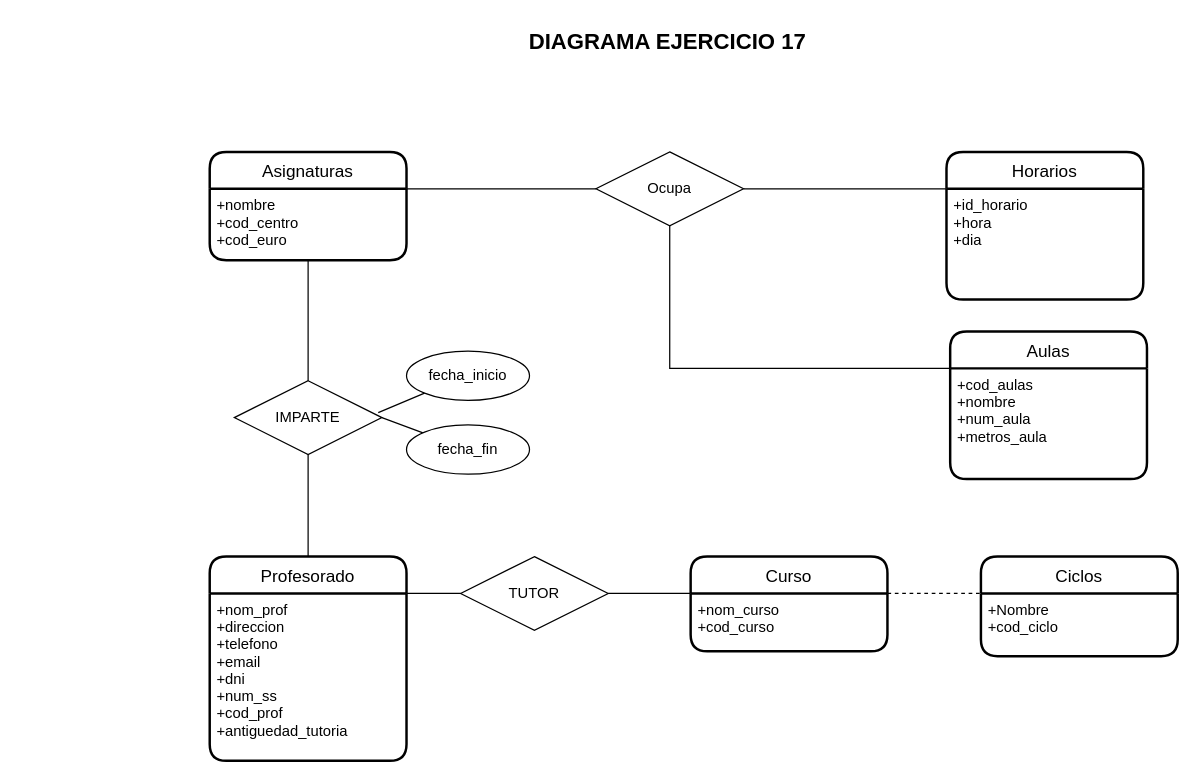
The draw.io diagram ex17.drawio in JuanMarinG/TA12_MYSQL, before the edit. Source tidied: cells renumbered, new cells numbered last; positions are measured from the earlier drawing's top-left corner, leaving out a move shared by most shapes. Both pictures are drawn from the tidied source at 123%, with x=0, y=0 at pixel (209, 21).
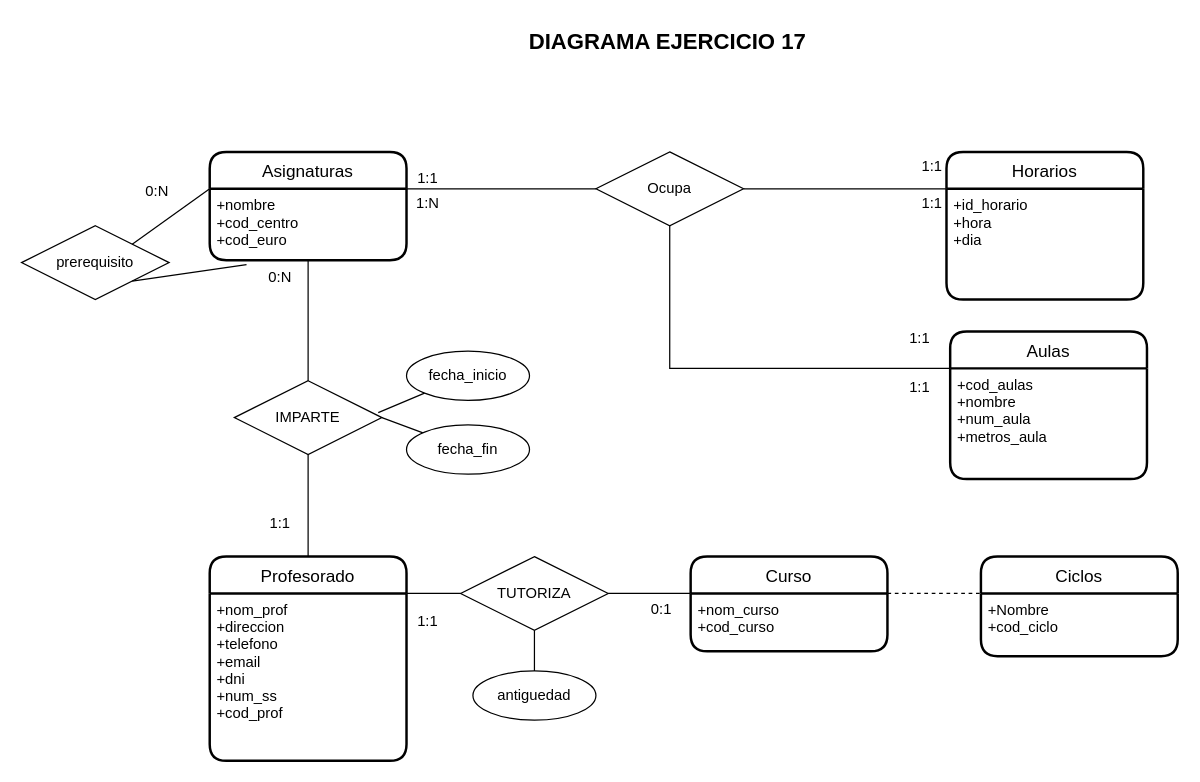
The same page after the edit.

The change refers to these unchanged cells:
```xml
<mxCell id="5" value="+nombre&#10;+cod_centro&#10;+cod_euro" style="align=left;strokeColor=none;fillColor=none;spacingLeft=4;fontSize=12;verticalAlign=top;" parent="4" vertex="1">
  <mxGeometry y="30" width="160" height="58" as="geometry" />
</mxCell>
<mxCell id="6" value="Profesorado" style="swimlane;horizontal=1;startSize=30;rounded=1;fontSize=14;fontStyle=0;strokeWidth=2;shadow=0;dashed=0;align=center;" parent="1" vertex="1">
  <mxGeometry y="435" width="160" height="166" as="geometry" />
</mxCell>
```

The edit, as a diff of the source:
```diff
@@
-    <mxCell id="7" value="+nom_prof&#10;+direccion&#10;+telefono&#10;+email&#10;+dni&#10;+num_ss&#10;+cod_prof&#10;+antiguedad_tutoria&#10;&#10;&#10;" style="align=left;strokeColor=none;fillColor=none;spacingLeft=4;fontSize=12;verticalAlign=top;" parent="6" vertex="1">
+    <mxCell id="7" value="+nom_prof&#10;+direccion&#10;+telefono&#10;+email&#10;+dni&#10;+num_ss&#10;+cod_prof&#10;&#10;&#10;&#10;" style="align=left;strokeColor=none;fillColor=none;spacingLeft=4;fontSize=12;verticalAlign=top;" parent="6" vertex="1">
       <mxGeometry y="30" width="160" height="136" as="geometry" />
     </mxCell>
@@
-    <mxCell id="24" value="TUTOR" style="shape=rhombus;perimeter=rhombusPerimeter;whiteSpace=wrap;html=1;align=center;" parent="1" vertex="1">
+    <mxCell id="24" value="TUTORIZA" style="shape=rhombus;perimeter=rhombusPerimeter;whiteSpace=wrap;html=1;align=center;" parent="1" vertex="1">
       <mxGeometry x="204" y="435" width="120" height="60" as="geometry" />
     </mxCell>
@@
+    <mxCell id="30" value="1:1" style="text;html=1;align=center;verticalAlign=middle;strokeColor=none;fillColor=none;" parent="1" vertex="1">
+      <mxGeometry x="37" y="393" width="40" height="30" as="geometry" />
+    </mxCell>
+    <mxCell id="31" value="prerequisito" style="shape=rhombus;perimeter=rhombusPerimeter;whiteSpace=wrap;html=1;align=center;" parent="1" vertex="1">
+      <mxGeometry x="-153" y="166" width="120" height="60" as="geometry" />
+    </mxCell>
+    <mxCell id="32" style="endArrow=none;html=1;rounded=0;exitX=0;exitY=0;exitDx=0;exitDy=0;entryX=1;entryY=0;entryDx=0;entryDy=0;" parent="1" edge="1" source="5" target="31">
+      <mxGeometry relative="1" as="geometry" />
+    </mxCell>
+    <mxCell id="33" style="endArrow=none;html=1;rounded=0;exitX=1;exitY=1;exitDx=0;exitDy=0;entryX=0.187;entryY=1.062;entryDx=0;entryDy=0;entryPerimeter=0;" parent="1" edge="1" source="31" target="5">
+      <mxGeometry relative="1" as="geometry" />
+    </mxCell>
+    <mxCell id="34" value="0:N" style="text;html=1;align=center;verticalAlign=middle;strokeColor=none;fillColor=none;" parent="1" vertex="1">
+      <mxGeometry x="37" y="193" width="40" height="30" as="geometry" />
+    </mxCell>
+    <mxCell id="35" value="0:N" style="text;html=1;align=center;verticalAlign=middle;strokeColor=none;fillColor=none;" parent="1" vertex="1">
+      <mxGeometry x="-63" y="123" width="40" height="30" as="geometry" />
+    </mxCell>
+    <mxCell id="36" value="0:1" style="text;html=1;align=center;verticalAlign=middle;strokeColor=none;fillColor=none;" parent="1" vertex="1">
+      <mxGeometry x="347" y="463" width="40" height="30" as="geometry" />
+    </mxCell>
+    <mxCell id="37" style="endArrow=none;html=1;rounded=0;entryX=0.5;entryY=1;entryDx=0;entryDy=0;" parent="1" edge="1" target="24">
+      <mxGeometry relative="1" as="geometry">
+        <mxPoint x="264" y="528" as="sourcePoint" />
+      </mxGeometry>
+    </mxCell>
+    <mxCell id="38" value="antiguedad" style="ellipse;whiteSpace=wrap;html=1;align=center;" parent="1" vertex="1">
+      <mxGeometry x="214" y="528" width="100" height="40" as="geometry" />
+    </mxCell>
+    <mxCell id="39" value="1:1" style="text;html=1;align=center;verticalAlign=middle;strokeColor=none;fillColor=none;" parent="1" vertex="1">
+      <mxGeometry x="157" y="473" width="40" height="30" as="geometry" />
+    </mxCell>
+    <mxCell id="40" value="1:1" style="text;html=1;align=center;verticalAlign=middle;strokeColor=none;fillColor=none;" parent="1" vertex="1">
+      <mxGeometry x="557" y="283" width="40" height="30" as="geometry" />
+    </mxCell>
+    <mxCell id="41" value="1:N" style="text;html=1;align=center;verticalAlign=middle;strokeColor=none;fillColor=none;" parent="1" vertex="1">
+      <mxGeometry x="157" y="133" width="40" height="30" as="geometry" />
+    </mxCell>
+    <mxCell id="42" value="1:1" style="text;html=1;align=center;verticalAlign=middle;strokeColor=none;fillColor=none;" parent="1" vertex="1">
+      <mxGeometry x="567" y="133" width="40" height="30" as="geometry" />
+    </mxCell>
+    <mxCell id="43" value="1:1" style="text;html=1;align=center;verticalAlign=middle;strokeColor=none;fillColor=none;" parent="1" vertex="1">
+      <mxGeometry x="557" y="243" width="40" height="30" as="geometry" />
+    </mxCell>
+    <mxCell id="44" value="1:1" style="text;html=1;align=center;verticalAlign=middle;strokeColor=none;fillColor=none;" parent="1" vertex="1">
+      <mxGeometry x="157" y="113" width="40" height="30" as="geometry" />
+    </mxCell>
+    <mxCell id="45" value="1:1" style="text;html=1;align=center;verticalAlign=middle;strokeColor=none;fillColor=none;" parent="1" vertex="1">
+      <mxGeometry x="567" y="103" width="40" height="30" as="geometry" />
+    </mxCell>
```
